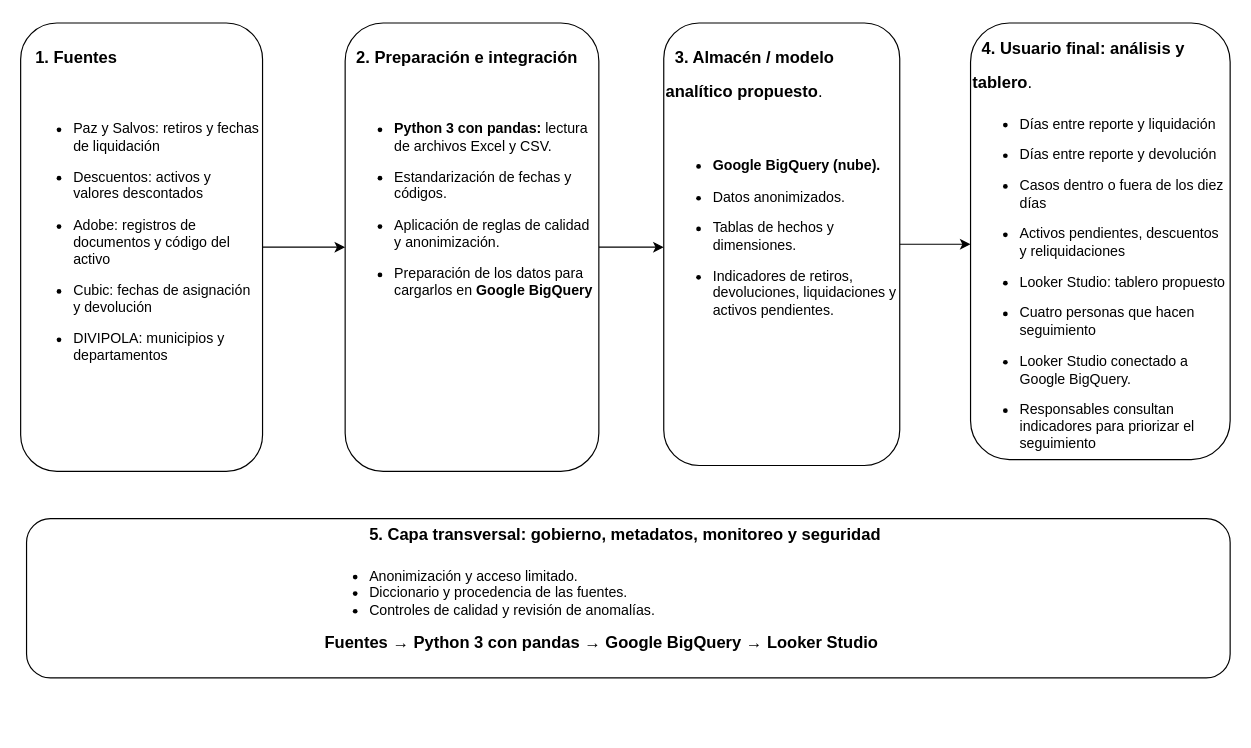
Angiensanchezm-jpg/bi-proyecto-equipo-AngieSanchez-507232753-JuanaSotomayor-507232708 keeps this draw.io diagram as docs/diagramas/Arquitectura_BI.drawio. Above is the earlier version. Source tidied: cells renumbered, new cells numbered last; positions are measured from the earlier drawing's top-left corner, leaving out a move shared by most shapes. Both pictures are drawn from the tidied source at 118%, with x=0, y=0 at pixel (20, 20).
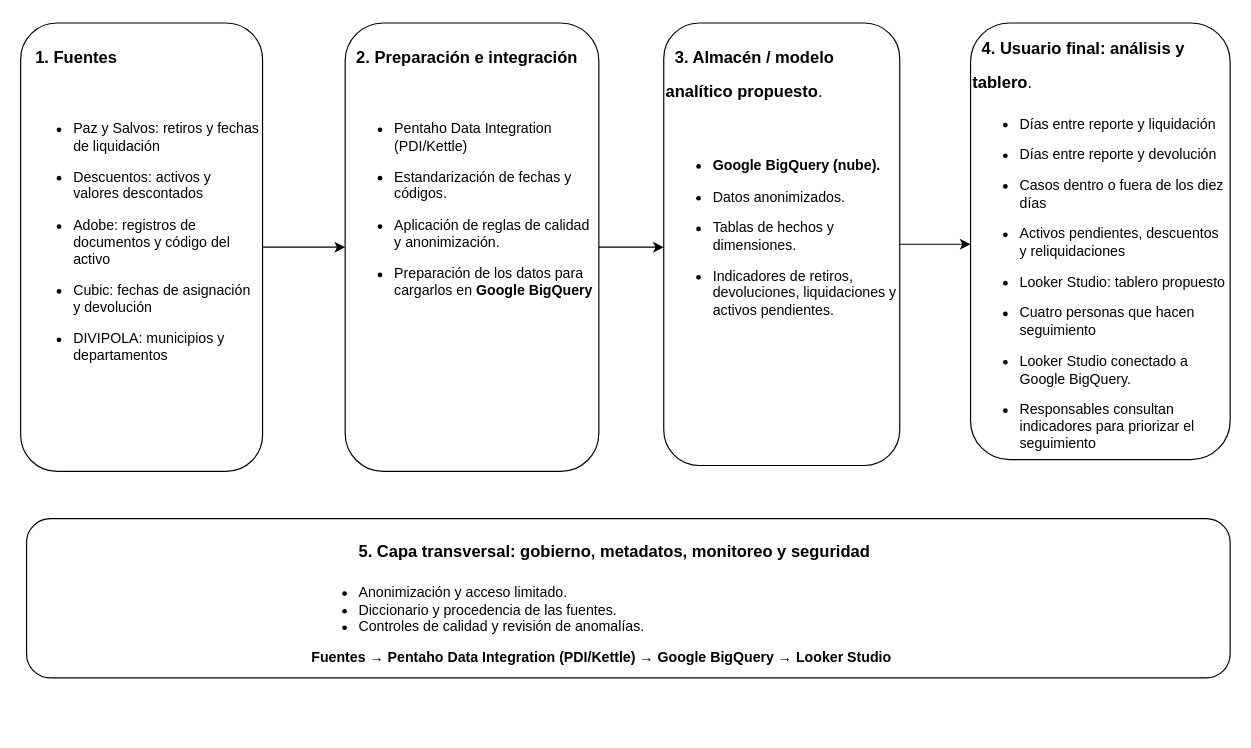
The same page after the edit.

The edit, as a diff of the source:
```diff
@@
 <mxGraphModel>
   <root>
     <mxCell id="0" />
     <mxCell id="1" parent="0" />
     <mxCell id="2" style="rounded=1;whiteSpace=wrap;html=1;" parent="1" vertex="1">
       <mxGeometry x="5" y="422" width="1020" height="135" as="geometry" />
     </mxCell>
     <mxCell id="3" style="edgeStyle=orthogonalEdgeStyle;rounded=0;jettySize=auto;html=1;" parent="1" edge="1" source="4" target="8">
       <mxGeometry relative="1" as="geometry" />
     </mxCell>
     <mxCell id="4" style="rounded=1;whiteSpace=wrap;html=1;" parent="1" vertex="1">
       <mxGeometry y="2" width="205" height="380" as="geometry" />
     </mxCell>
     <mxCell id="5" value="&lt;h1 style=&quot;margin-top: 0px;&quot;&gt;&lt;font style=&quot;font-size: 14px;&quot;&gt;&lt;strong style=&quot;&quot;&gt;&amp;nbsp; 1. &lt;/strong&gt;&lt;strong style=&quot;&quot;&gt;&lt;font style=&quot;&quot;&gt;Fuentes&lt;/font&gt;&lt;/strong&gt;&lt;/font&gt;&lt;/h1&gt;&lt;div&gt;&lt;br&gt;&lt;/div&gt;&lt;ul&gt;&lt;li&gt;Paz y Salvos: retiros y fechas de liquidación&lt;/li&gt;&lt;/ul&gt;&lt;ul&gt;&lt;li&gt;Descuentos: activos y valores descontados&lt;/li&gt;&lt;/ul&gt;&lt;ul&gt;&lt;li&gt;Adobe: registros de documentos y código del activo&lt;/li&gt;&lt;/ul&gt;&lt;ul&gt;&lt;li&gt;Cubic: fechas de asignación y devolución&lt;/li&gt;&lt;/ul&gt;&lt;ul&gt;&lt;li&gt;DIVIPOLA: municipios y departamentos&lt;/li&gt;&lt;/ul&gt;" style="text;html=1;whiteSpace=wrap;overflow=hidden;rounded=0;align=left;" parent="1" vertex="1">
       <mxGeometry x="2.5" y="7" width="200" height="320" as="geometry" />
     </mxCell>
     <mxCell id="6" style="edgeStyle=orthogonalEdgeStyle;rounded=0;jettySize=auto;html=1;" parent="1" edge="1" source="7" target="11">
       <mxGeometry relative="1" as="geometry" />
     </mxCell>
     <mxCell id="7" style="rounded=1;whiteSpace=wrap;html=1;" parent="1" vertex="1">
       <mxGeometry x="275" y="2" width="215" height="380" as="geometry" />
     </mxCell>
-    <mxCell id="8" value="&lt;h1 style=&quot;margin-top: 0px;&quot;&gt;&lt;strong style=&quot;&quot;&gt;&lt;font style=&quot;font-size: 14px;&quot;&gt;&amp;nbsp; 2. Preparación e integración&lt;/font&gt;&lt;/strong&gt;&lt;/h1&gt;&lt;p&gt;&lt;br&gt;&lt;/p&gt;&lt;ul&gt;&lt;li&gt;&lt;strong&gt;Python 3 con pandas:&lt;/strong&gt; lectura de archivos Excel y CSV.&lt;/li&gt;&lt;/ul&gt;&lt;ul&gt;&lt;li&gt;Estandarización de fechas y códigos.&lt;/li&gt;&lt;/ul&gt;&lt;ul&gt;&lt;li&gt;Aplicación de reglas de calidad y anonimización.&lt;/li&gt;&lt;/ul&gt;&lt;ul&gt;&lt;li&gt;Preparación de los datos para cargarlos en &lt;strong&gt;Google BigQuery&lt;/strong&gt;&lt;/li&gt;&lt;/ul&gt;&lt;div&gt;&lt;br&gt;&lt;/div&gt;" style="text;html=1;whiteSpace=wrap;overflow=hidden;rounded=0;" parent="1" vertex="1">
+    <mxCell id="8" value="&lt;h1 style=&quot;margin-top: 0px;&quot;&gt;&lt;strong style=&quot;&quot;&gt;&lt;font style=&quot;font-size: 14px;&quot;&gt;&amp;nbsp; 2. Preparación e integración&lt;/font&gt;&lt;/strong&gt;&lt;/h1&gt;&lt;p&gt;&lt;br&gt;&lt;/p&gt;&lt;ul&gt;&lt;li&gt;Pentaho Data Integration (PDI/Kettle)&lt;/li&gt;&lt;/ul&gt;&lt;ul&gt;&lt;li&gt;Estandarización de fechas y códigos.&lt;/li&gt;&lt;/ul&gt;&lt;ul&gt;&lt;li&gt;Aplicación de reglas de calidad y anonimización.&lt;/li&gt;&lt;/ul&gt;&lt;ul&gt;&lt;li&gt;Preparación de los datos para cargarlos en &lt;strong&gt;Google BigQuery&lt;/strong&gt;&lt;/li&gt;&lt;/ul&gt;&lt;div&gt;&lt;br&gt;&lt;/div&gt;" style="text;html=1;whiteSpace=wrap;overflow=hidden;rounded=0;" parent="1" vertex="1">
       <mxGeometry x="275" y="7" width="215" height="370" as="geometry" />
     </mxCell>
     <mxCell id="9" style="edgeStyle=orthogonalEdgeStyle;rounded=0;jettySize=auto;html=1;" parent="1" edge="1" source="10" target="13">
       <mxGeometry relative="1" as="geometry" />
     </mxCell>
     <mxCell id="10" style="rounded=1;whiteSpace=wrap;html=1;" parent="1" vertex="1">
       <mxGeometry x="545" y="2" width="200" height="375" as="geometry" />
     </mxCell>
     <mxCell id="11" value="&lt;h1 style=&quot;margin-top: 0px;&quot;&gt;&lt;font style=&quot;font-size: 14px;&quot;&gt;&lt;strong style=&quot;&quot;&gt;&amp;nbsp; 3. &lt;/strong&gt;&lt;strong style=&quot;color: light-dark(rgb(0, 0, 0), rgb(255, 255, 255)); background-color: transparent; text-align: center;&quot;&gt;Almacén / modelo analítico propuesto&lt;/strong&gt;&lt;span style=&quot;color: light-dark(rgb(0, 0, 0), rgb(255, 255, 255)); font-weight: 400; background-color: transparent; text-align: center;&quot;&gt;.&lt;/span&gt;&lt;/font&gt;&lt;/h1&gt;&lt;div&gt;&lt;font style=&quot;font-size: 14px;&quot;&gt;&lt;span style=&quot;color: light-dark(rgb(0, 0, 0), rgb(255, 255, 255)); font-weight: 400; background-color: transparent; text-align: center;&quot;&gt;&lt;br&gt;&lt;/span&gt;&lt;/font&gt;&lt;/div&gt;&lt;div&gt;&lt;ul style=&quot;&quot;&gt;&lt;li&gt;&lt;strong&gt;Google BigQuery (nube).&lt;/strong&gt;&lt;/li&gt;&lt;/ul&gt;&lt;ul style=&quot;&quot;&gt;&lt;li&gt;Datos anonimizados.&lt;/li&gt;&lt;/ul&gt;&lt;ul style=&quot;&quot;&gt;&lt;li&gt;Tablas de hechos y dimensiones.&lt;/li&gt;&lt;/ul&gt;&lt;ul style=&quot;&quot;&gt;&lt;li&gt;Indicadores de retiros, devoluciones, liquidaciones y activos pendientes.&lt;/li&gt;&lt;/ul&gt;&lt;/div&gt;" style="text;html=1;whiteSpace=wrap;overflow=hidden;rounded=0;" parent="1" vertex="1">
       <mxGeometry x="545" y="7" width="200" height="370" as="geometry" />
     </mxCell>
     <mxCell id="12" style="rounded=1;whiteSpace=wrap;html=1;" parent="1" vertex="1">
       <mxGeometry x="805" y="2" width="220" height="370" as="geometry" />
     </mxCell>
     <mxCell id="13" value="&lt;h1 style=&quot;margin-top: 0px;&quot;&gt;&lt;font style=&quot;font-size: 14px;&quot;&gt;&lt;strong style=&quot;&quot;&gt;&amp;nbsp; 4. &lt;/strong&gt;&lt;strong style=&quot;color: light-dark(rgb(0, 0, 0), rgb(255, 255, 255)); background-color: transparent;&quot;&gt;Usuario final: análisis y tablero&lt;/strong&gt;&lt;span style=&quot;color: light-dark(rgb(0, 0, 0), rgb(255, 255, 255)); font-weight: 400; background-color: transparent;&quot;&gt;.&lt;/span&gt;&lt;/font&gt;&lt;/h1&gt;&lt;div&gt;&lt;ul&gt;&lt;li&gt;Días entre reporte y liquidación&lt;/li&gt;&lt;/ul&gt;&lt;ul&gt;&lt;li&gt;Días entre reporte y devolución&lt;/li&gt;&lt;/ul&gt;&lt;ul&gt;&lt;li&gt;Casos dentro o fuera de los diez días&lt;/li&gt;&lt;/ul&gt;&lt;ul&gt;&lt;li&gt;Activos pendientes, descuentos y reliquidaciones&lt;/li&gt;&lt;/ul&gt;&lt;ul&gt;&lt;li&gt;Looker Studio: tablero propuesto&lt;/li&gt;&lt;/ul&gt;&lt;ul&gt;&lt;li&gt;Cuatro personas que hacen seguimiento&lt;/li&gt;&lt;/ul&gt;&lt;ul&gt;&lt;li&gt;Looker Studio conectado a Google BigQuery.&lt;/li&gt;&lt;/ul&gt;&lt;ul&gt;&lt;li&gt;Responsables consultan indicadores para priorizar el seguimiento&lt;/li&gt;&lt;/ul&gt;&lt;/div&gt;" style="text;html=1;whiteSpace=wrap;overflow=hidden;rounded=0;" parent="1" vertex="1">
       <mxGeometry x="805" y="-0.5" width="220" height="380" as="geometry" />
     </mxCell>
-    <mxCell id="14" value="&lt;p&gt;&lt;br&gt;&lt;/p&gt;&lt;blockquote style=&quot;margin: 0px 0px 0px 40px; border-width: medium; border-style: none; border-color: currentcolor; border-image: none; padding: 0px;&quot;&gt;&lt;h1 style=&quot;text-align: left; margin-top: 0px;&quot;&gt;&lt;b style=&quot;text-align: center;&quot;&gt;&lt;font style=&quot;font-size: 14px;&quot;&gt;5. Capa transversal: gobierno, metadatos, monitoreo y seguridad&lt;/font&gt;&lt;/b&gt;&lt;/h1&gt;&lt;/blockquote&gt;&lt;p style=&quot;text-align: left;&quot;&gt;&lt;/p&gt;&lt;p&gt;&lt;/p&gt;&lt;p&gt;&lt;/p&gt;&lt;ul&gt;&lt;li style=&quot;text-align: left;&quot;&gt;&lt;span&gt;Anonimización y acceso limitado.&lt;/span&gt;&lt;/li&gt;&lt;li style=&quot;text-align: left;&quot;&gt;&lt;span&gt;Diccionario y procedencia de las fuentes.&lt;/span&gt;&lt;/li&gt;&lt;li style=&quot;text-align: left;&quot;&gt;&lt;span&gt;Controles de calidad y revisión de anomalías.&lt;/span&gt;&lt;/li&gt;&lt;/ul&gt;&lt;div style=&quot;&quot;&gt;&lt;p&gt;&lt;strong&gt;&lt;font style=&quot;font-size: 14px;&quot;&gt;Fuentes → Python 3 con pandas → Google BigQuery → Looker Studio&lt;/font&gt;&lt;/strong&gt;&lt;/p&gt;&lt;p&gt;&lt;/p&gt;&lt;/div&gt;&lt;p&gt;&lt;b&gt;&lt;br&gt;&lt;/b&gt;&lt;/p&gt;&lt;p&gt;&lt;b&gt;&lt;br&gt;&lt;/b&gt;&lt;/p&gt;&lt;p&gt;&lt;/p&gt;" style="text;html=1;whiteSpace=wrap;strokeColor=none;fillColor=none;align=center;verticalAlign=middle;rounded=0;" parent="1" vertex="1">
+    <mxCell id="14" value="&lt;p&gt;&lt;br&gt;&lt;/p&gt;&lt;blockquote style=&quot;margin: 0px 0px 0px 40px; border-width: medium; border-style: none; border-color: currentcolor; border-image: none; padding: 0px;&quot;&gt;&lt;h1 style=&quot;text-align: left; margin-top: 0px;&quot;&gt;&lt;b style=&quot;text-align: center;&quot;&gt;&lt;font style=&quot;font-size: 14px;&quot;&gt;5. Capa transversal: gobierno, metadatos, monitoreo y seguridad&lt;/font&gt;&lt;/b&gt;&lt;/h1&gt;&lt;/blockquote&gt;&lt;p style=&quot;text-align: left;&quot;&gt;&lt;/p&gt;&lt;p&gt;&lt;/p&gt;&lt;p&gt;&lt;/p&gt;&lt;ul&gt;&lt;li style=&quot;text-align: left;&quot;&gt;&lt;span&gt;Anonimización y acceso limitado.&lt;/span&gt;&lt;/li&gt;&lt;li style=&quot;text-align: left;&quot;&gt;&lt;span&gt;Diccionario y procedencia de las fuentes.&lt;/span&gt;&lt;/li&gt;&lt;li style=&quot;text-align: left;&quot;&gt;&lt;span&gt;Controles de calidad y revisión de anomalías.&lt;/span&gt;&lt;/li&gt;&lt;/ul&gt;&lt;div style=&quot;&quot;&gt;&lt;p&gt;&lt;/p&gt;&lt;p&gt;&lt;/p&gt;&lt;p&gt;&lt;/p&gt;&lt;p&gt;&lt;strong&gt;&lt;span&gt;Fuentes → Pentaho Data Integration (PDI/Kettle) → Google BigQuery → Looker Studio&lt;/span&gt;&lt;/strong&gt;&lt;/p&gt;&lt;/div&gt;&lt;p&gt;&lt;b&gt;&lt;br&gt;&lt;/b&gt;&lt;/p&gt;&lt;p&gt;&lt;/p&gt;" style="text;html=1;whiteSpace=wrap;strokeColor=none;fillColor=none;align=center;verticalAlign=middle;rounded=0;" parent="1" vertex="1">
       <mxGeometry x="40" y="442" width="905" height="95" as="geometry" />
     </mxCell>
   </root>
 </mxGraphModel>
```
